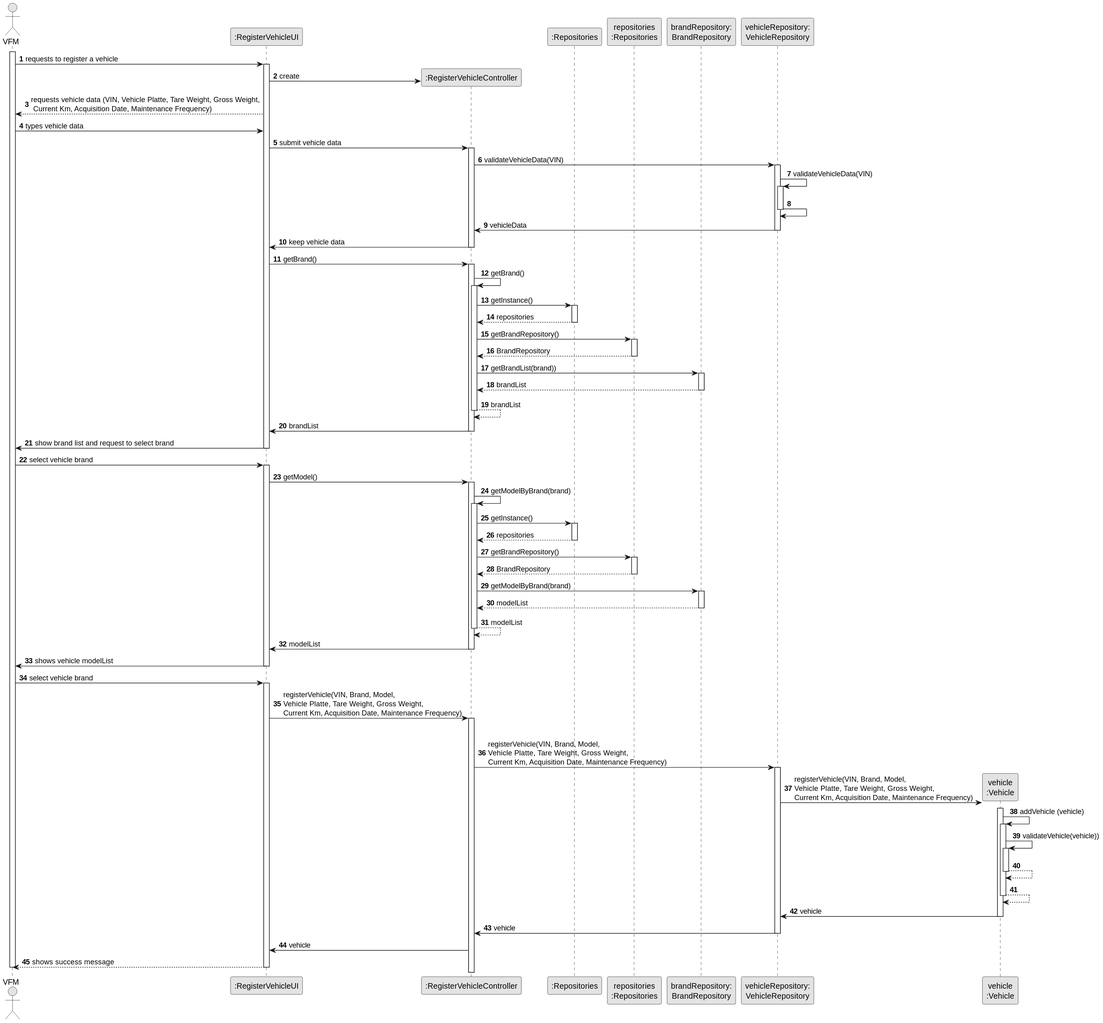
Before: docs/sprintB/us006/03.design/svg/us006-sequence-diagram-full.svg, a diagram exported from PlantUML (ricardomm7/leaflink). The source it was exported from:
```plantuml
@startuml
skinparam monochrome true
skinparam packageStyle rectangle
skinparam shadowing false


autonumber

actor "VFM" as VFM
participant ":RegisterVehicleUI" as UI
participant ":RegisterVehicleController" as CTRL
participant ":Repositories" as RepositorySingleton
participant "repositories\n:Repositories" as PLAT
participant "brandRepository:\nBrandRepository" as BrandRepository
participant "vehicleRepository:\nVehicleRepository" as VehicleRepository
participant "vehicle\n:Vehicle" as VEI

activate VFM

    VFM -> UI : requests to register a vehicle
    activate UI

        UI -> CTRL** : create

        UI --> VFM : requests vehicle data (VIN, Vehicle Platte, Tare Weight, Gross Weight,\n Current Km, Acquisition Date, Maintenance Frequency)

    VFM -> UI : types vehicle data

        UI -> CTRL : submit vehicle data
        activate CTRL

            CTRL -> VehicleRepository : validateVehicleData(VIN)
            activate VehicleRepository

            VehicleRepository -> VehicleRepository: validateVehicleData(VIN)
            activate VehicleRepository

            VehicleRepository -> VehicleRepository
            deactivate VehicleRepository



            VehicleRepository -> CTRL : vehicleData
            deactivate VehicleRepository

        CTRL -> UI : keep vehicle data
        deactivate CTRL

        UI -> CTRL : getBrand()
        activate CTRL

            CTRL -> CTRL : getBrand()
            activate CTRL

                CTRL -> RepositorySingleton : getInstance()
                activate RepositorySingleton

                RepositorySingleton --> CTRL: repositories
                deactivate RepositorySingleton

                CTRL -> PLAT : getBrandRepository()
                activate PLAT

                PLAT --> CTRL : BrandRepository
                deactivate PLAT

                CTRL -> BrandRepository : getBrandList(brand))
                activate BrandRepository

                BrandRepository --> CTRL : brandList
                deactivate BrandRepository

                CTRL --> CTRL : brandList
                deactivate CTRL

            CTRL -> UI: brandList
            deactivate CTRL



    UI -> VFM : show brand list and request to select brand
    deactivate UI

    VFM -> UI : select vehicle brand
    activate UI

    UI -> CTRL : getModel()
    activate CTRL

        CTRL -> CTRL : getModelByBrand(brand)
                    activate CTRL

                        CTRL -> RepositorySingleton : getInstance()
                        activate RepositorySingleton

                        RepositorySingleton --> CTRL: repositories
                        deactivate RepositorySingleton

                        CTRL -> PLAT : getBrandRepository()
                        activate PLAT

                        PLAT --> CTRL : BrandRepository
                        deactivate PLAT

                        CTRL -> BrandRepository : getModelByBrand(brand)
                        activate BrandRepository

                        BrandRepository --> CTRL : modelList
                        deactivate BrandRepository

                    CTRL --> CTRL : modelList
                    deactivate CTRL

        CTRL -> UI: modelList
        deactivate CTRL


        UI -> VFM : shows vehicle modelList
    deactivate UI

    VFM -> UI : select vehicle brand
    activate UI

        UI -> CTRL : registerVehicle(VIN, Brand, Model, \nVehicle Platte, Tare Weight, Gross Weight, \nCurrent Km, Acquisition Date, Maintenance Frequency)
        activate CTRL

            |||
            CTRL -> VehicleRepository : registerVehicle(VIN, Brand, Model, \nVehicle Platte, Tare Weight, Gross Weight, \nCurrent Km, Acquisition Date, Maintenance Frequency)
            activate VehicleRepository

                VehicleRepository -> VEI **: registerVehicle(VIN, Brand, Model, \nVehicle Platte, Tare Weight, Gross Weight, \nCurrent Km, Acquisition Date, Maintenance Frequency)
                activate VEI

                    VEI -> VEI: addVehicle (vehicle)
                    activate VEI

                    VEI -> VEI: validateVehicle(vehicle))
                    activate VEI

                    VEI --> VEI
                    deactivate VEI

                    VEI --> VEI
                    deactivate VEI

                VEI -> VehicleRepository: vehicle
                deactivate VEI

            VehicleRepository -> CTRL: vehicle
            deactivate VehicleRepository

            CTRL -> UI: vehicle

        UI --> VFM : shows success message
    deactivate UI

deactivate VFM
@enduml
```
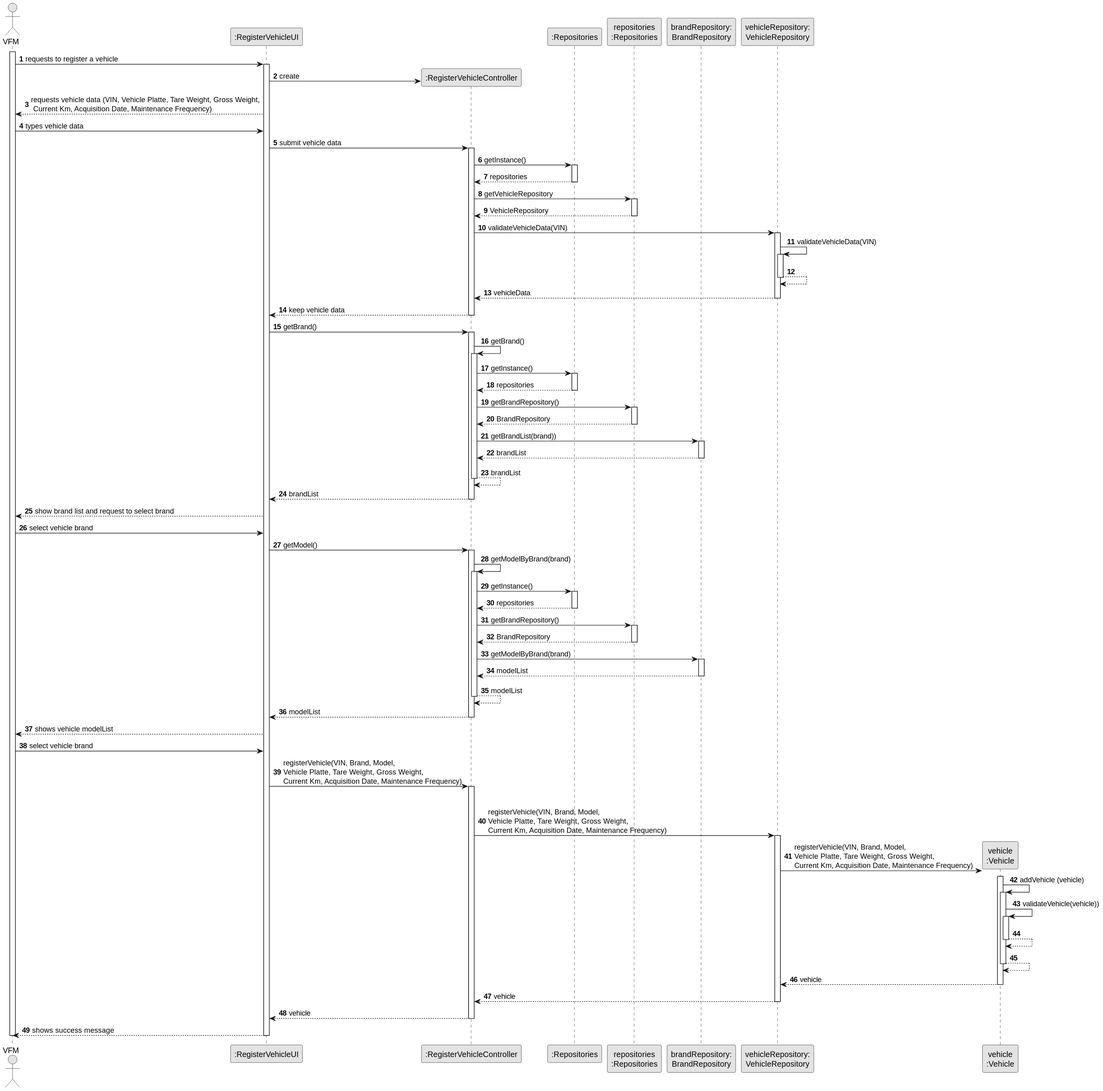
After the change.

The edit, as a diff of the source:
```diff
@@ -29,21 +29,33 @@
         UI -> CTRL : submit vehicle data
         activate CTRL
 
+            CTRL -> RepositorySingleton: getInstance()
+            activate RepositorySingleton
+
+            RepositorySingleton --> CTRL: repositories
+            deactivate RepositorySingleton
+
+            CTRL -> PLAT: getVehicleRepository
+            activate PLAT
+
+            PLAT --> CTRL: VehicleRepository
+            deactivate PLAT
+
             CTRL -> VehicleRepository : validateVehicleData(VIN)
             activate VehicleRepository
 
             VehicleRepository -> VehicleRepository: validateVehicleData(VIN)
             activate VehicleRepository
 
-            VehicleRepository -> VehicleRepository
+            VehicleRepository --> VehicleRepository
             deactivate VehicleRepository
 
 
 
-            VehicleRepository -> CTRL : vehicleData
+            VehicleRepository --> CTRL : vehicleData
             deactivate VehicleRepository
 
-        CTRL -> UI : keep vehicle data
+        CTRL --> UI : keep vehicle data
         deactivate CTRL
 
         UI -> CTRL : getBrand()
@@ -73,16 +85,14 @@
                 CTRL --> CTRL : brandList
                 deactivate CTRL
 
-            CTRL -> UI: brandList
+            CTRL --> UI: brandList
             deactivate CTRL
 
 
 
-    UI -> VFM : show brand list and request to select brand
-    deactivate UI
+    UI --> VFM : show brand list and request to select brand
 
     VFM -> UI : select vehicle brand
-    activate UI
 
     UI -> CTRL : getModel()
     activate CTRL
@@ -111,15 +121,13 @@
                     CTRL --> CTRL : modelList
                     deactivate CTRL
 
-        CTRL -> UI: modelList
+        CTRL --> UI: modelList
         deactivate CTRL
 
 
-        UI -> VFM : shows vehicle modelList
-    deactivate UI
+        UI --> VFM : shows vehicle modelList
 
     VFM -> UI : select vehicle brand
-    activate UI
 
         UI -> CTRL : registerVehicle(VIN, Brand, Model, \nVehicle Platte, Tare Weight, Gross Weight, \nCurrent Km, Acquisition Date, Maintenance Frequency)
         activate CTRL
@@ -143,13 +151,14 @@
                     VEI --> VEI
                     deactivate VEI
 
-                VEI -> VehicleRepository: vehicle
+                VEI --> VehicleRepository: vehicle
                 deactivate VEI
 
-            VehicleRepository -> CTRL: vehicle
+            VehicleRepository --> CTRL: vehicle
             deactivate VehicleRepository
 
-            CTRL -> UI: vehicle
+            CTRL --> UI: vehicle
+            deactivate CTRL
 
         UI --> VFM : shows success message
     deactivate UI
```
